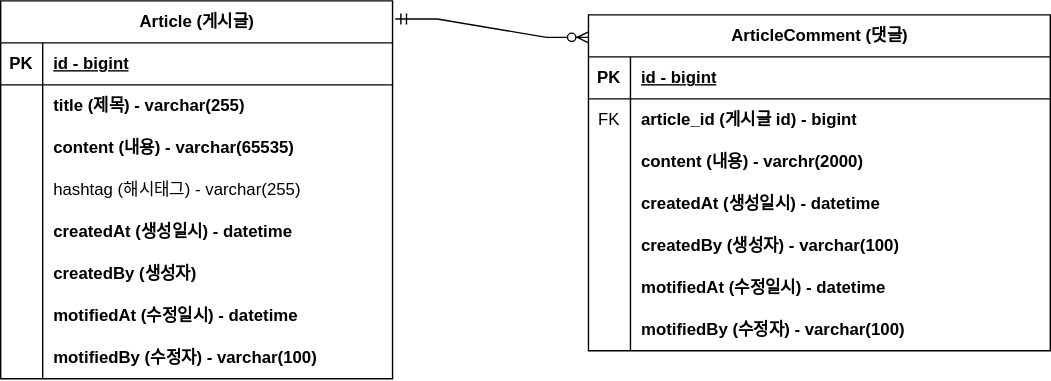
This is document/project-borad-erd.svg from choihooo/fastcampus-project-board, a draw.io export, as it was before one commit. Source tidied: cells renumbered, new cells last; positions are measured from the earlier drawing's top-left corner, leaving out a move shared by most shapes.
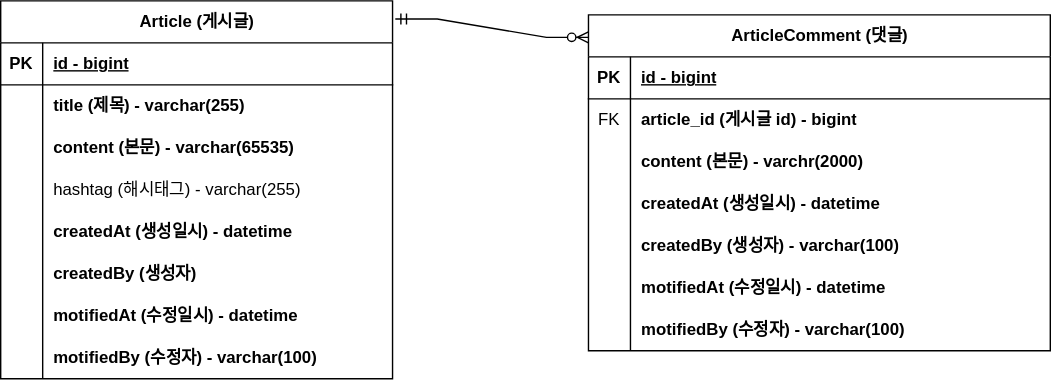
After the commit.

Commit message:
#9 - ERD 주석 업데이트: project-borad-erd.svg 업데이트

What changed in the source:
```diff
@@ -29,7 +29,7 @@
     <mxCell id="10" style="shape=partialRectangle;fillColor=none;top=0;left=0;bottom=0;right=0;overflow=hidden;whiteSpace=wrap;html=1;" parent="9" vertex="1">
       <mxGeometry width="30" height="30" as="geometry" />
     </mxCell>
-    <mxCell id="11" value="content (내용) - varchar(65535)" style="shape=partialRectangle;fillColor=none;top=0;left=0;bottom=0;right=0;align=left;spacingLeft=6;overflow=hidden;whiteSpace=wrap;html=1;fontStyle=1;" parent="9" vertex="1">
+    <mxCell id="11" value="content (본문) - varchar(65535)" style="shape=partialRectangle;fillColor=none;top=0;left=0;bottom=0;right=0;align=left;spacingLeft=6;overflow=hidden;whiteSpace=wrap;html=1;fontStyle=1;" parent="9" vertex="1">
       <mxGeometry x="30" width="250" height="30" as="geometry" />
     </mxCell>
     <mxCell id="12" style="shape=tableRow;horizontal=0;startSize=0;swimlaneHead=0;swimlaneBody=0;fillColor=none;top=0;left=0;right=0;bottom=0;" parent="2" vertex="1">
@@ -104,7 +104,7 @@
     <mxCell id="35" style="shape=partialRectangle;fillColor=none;top=0;left=0;bottom=0;right=0;overflow=hidden;whiteSpace=wrap;html=1;" parent="34" vertex="1">
       <mxGeometry width="30" height="30" as="geometry" />
     </mxCell>
-    <mxCell id="36" value="content (내용) - varchr(2000)" style="shape=partialRectangle;fillColor=none;top=0;left=0;bottom=0;right=0;align=left;spacingLeft=6;overflow=hidden;whiteSpace=wrap;html=1;fontStyle=1;" parent="34" vertex="1">
+    <mxCell id="36" value="content (본문) - varchr(2000)" style="shape=partialRectangle;fillColor=none;top=0;left=0;bottom=0;right=0;align=left;spacingLeft=6;overflow=hidden;whiteSpace=wrap;html=1;fontStyle=1;" parent="34" vertex="1">
       <mxGeometry x="30" width="300" height="30" as="geometry" />
     </mxCell>
     <mxCell id="37" style="shape=tableRow;horizontal=0;startSize=0;swimlaneHead=0;swimlaneBody=0;fillColor=none;top=0;left=0;right=0;bottom=0;" parent="27" vertex="1">
```
